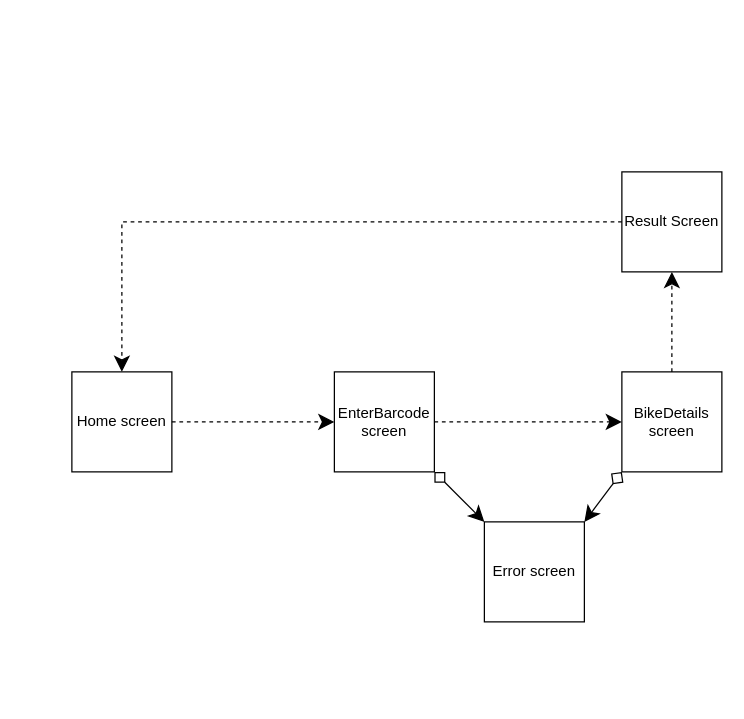
Nguyenducmanh186302/Nguyenducmanh186302 keeps this draw.io diagram as Untitled Diagram.drawio. Above is the earlier version. Source tidied: cells renumbered, new cells numbered last; positions are measured from the earlier drawing's top-left corner, leaving out a move shared by most shapes. Both pictures are drawn from the tidied source at 125%, with x=0, y=0 at pixel (71, 171).
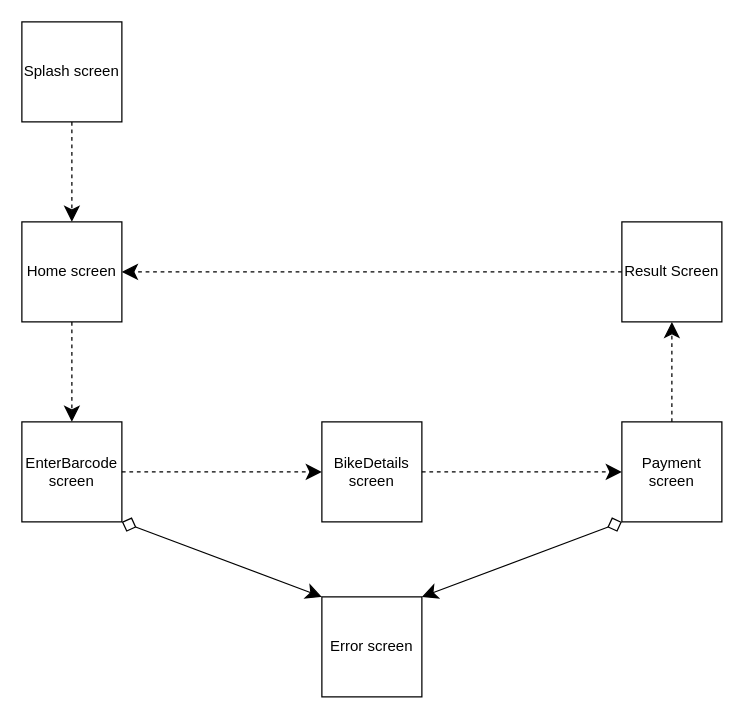
The same diagram, later.

Diff of the diagram source:
```diff
@@
 <mxGraphModel>
   <root>
     <mxCell id="0" />
     <mxCell id="1" parent="0" />
     <mxCell id="2" value="Home screen" style="whiteSpace=wrap;html=1;fillColor=default;strokeColor=default;fontColor=default;" parent="1" vertex="1">
-      <mxGeometry y="160" width="80" height="80" as="geometry" />
+      <mxGeometry x="-40" y="40" width="80" height="80" as="geometry" />
     </mxCell>
     <mxCell id="3" value="EnterBarcode screen" style="whiteSpace=wrap;html=1;fontColor=default;strokeColor=default;fillColor=default;" parent="1" vertex="1">
-      <mxGeometry x="210" y="160" width="80" height="80" as="geometry" />
+      <mxGeometry x="-40" y="200" width="80" height="80" as="geometry" />
     </mxCell>
     <mxCell id="4" value="BikeDetails screen" style="whiteSpace=wrap;html=1;fontColor=default;strokeColor=default;fillColor=default;" parent="1" vertex="1">
-      <mxGeometry x="440" y="160" width="80" height="80" as="geometry" />
+      <mxGeometry x="200" y="200" width="80" height="80" as="geometry" />
     </mxCell>
-    <mxCell id="5" style="endArrow=classic;dashed=1;html=1;rounded=0;fontColor=default;exitX=1;exitY=0.5;exitDx=0;exitDy=0;strokeColor=default;labelBackgroundColor=default;endFill=1;endSize=10;startSize=10;" parent="1" edge="1" source="2" target="3">
+    <mxCell id="5" style="endArrow=classic;dashed=1;html=1;rounded=0;fontColor=default;exitX=0.5;exitY=1;exitDx=0;exitDy=0;strokeColor=default;labelBackgroundColor=default;endFill=1;endSize=10;startSize=10;" parent="1" edge="1" source="2" target="3">
       <mxGeometry relative="1" as="geometry" />
     </mxCell>
     <mxCell id="6" value="Error screen" style="whiteSpace=wrap;html=1;fontColor=default;strokeColor=default;fillColor=default;" parent="1" vertex="1">
-      <mxGeometry x="330" y="280" width="80" height="80" as="geometry" />
+      <mxGeometry x="200" y="340" width="80" height="80" as="geometry" />
     </mxCell>
     <mxCell id="7" style="endArrow=classic;html=1;rounded=0;labelBackgroundColor=default;fontColor=default;strokeColor=default;exitX=1;exitY=1;exitDx=0;exitDy=0;entryX=0;entryY=0;entryDx=0;entryDy=0;endFill=1;startArrow=diamond;startFill=0;endSize=10;startSize=10;" parent="1" edge="1" source="3" target="6">
       <mxGeometry relative="1" as="geometry" />
     </mxCell>
-    <mxCell id="8" style="endArrow=classic;html=1;rounded=0;labelBackgroundColor=default;fontColor=default;strokeColor=default;exitX=0;exitY=1;exitDx=0;exitDy=0;entryX=1;entryY=0;entryDx=0;entryDy=0;endFill=1;startArrow=diamond;startFill=0;targetPerimeterSpacing=0;sourcePerimeterSpacing=0;endSize=10;startSize=10;" parent="1" edge="1" source="4" target="6">
+    <mxCell id="8" style="endArrow=classic;html=1;rounded=0;labelBackgroundColor=default;fontColor=default;strokeColor=default;entryX=1;entryY=0;entryDx=0;entryDy=0;endFill=1;startArrow=diamond;startFill=0;targetPerimeterSpacing=0;sourcePerimeterSpacing=0;endSize=10;startSize=10;exitX=0;exitY=1;exitDx=0;exitDy=0;" parent="1" edge="1" source="13" target="6">
       <mxGeometry relative="1" as="geometry" />
     </mxCell>
     <mxCell id="9" value="Result Screen" style="whiteSpace=wrap;html=1;fontColor=default;strokeColor=default;fillColor=default;" parent="1" vertex="1">
-      <mxGeometry x="440" width="80" height="80" as="geometry" />
+      <mxGeometry x="440" y="40" width="80" height="80" as="geometry" />
     </mxCell>
-    <mxCell id="10" style="endArrow=classic;dashed=1;html=1;rounded=0;fontColor=default;strokeColor=default;labelBackgroundColor=default;endFill=1;entryX=0.5;entryY=1;entryDx=0;entryDy=0;endSize=10;startSize=10;" parent="1" edge="1" source="4" target="9">
+    <mxCell id="10" style="endArrow=classic;dashed=1;html=1;rounded=0;fontColor=default;strokeColor=default;labelBackgroundColor=default;endFill=1;entryX=0.5;entryY=1;entryDx=0;entryDy=0;endSize=10;startSize=10;exitX=0.5;exitY=0;exitDx=0;exitDy=0;" parent="1" edge="1" source="13" target="9">
       <mxGeometry relative="1" as="geometry" />
     </mxCell>
-    <mxCell id="11" style="endArrow=classic;dashed=1;html=1;rounded=0;fontColor=default;strokeColor=default;labelBackgroundColor=default;endFill=1;endSize=10;startSize=10;" parent="1" edge="1" source="9" target="2">
-      <mxGeometry relative="1" as="geometry">
-        <Array as="points">
-          <mxPoint x="40" y="40" />
-        </Array>
-      </mxGeometry>
+    <mxCell id="11" style="endArrow=classic;dashed=1;html=1;rounded=0;fontColor=default;strokeColor=default;labelBackgroundColor=default;endFill=1;endSize=10;startSize=10;entryX=1;entryY=0.5;entryDx=0;entryDy=0;" parent="1" edge="1" source="9" target="2">
+      <mxGeometry relative="1" as="geometry" />
     </mxCell>
     <mxCell id="12" style="endArrow=classic;dashed=1;html=1;rounded=0;fontColor=default;exitX=1;exitY=0.5;exitDx=0;exitDy=0;strokeColor=default;labelBackgroundColor=default;endFill=1;endSize=10;startSize=10;entryX=0;entryY=0.5;entryDx=0;entryDy=0;" parent="1" edge="1" source="3" target="4">
       <mxGeometry relative="1" as="geometry" />
     </mxCell>
+    <mxCell id="13" value="Payment screen" style="whiteSpace=wrap;html=1;" parent="1" vertex="1">
+      <mxGeometry x="440" y="200" width="80" height="80" as="geometry" />
+    </mxCell>
+    <mxCell id="14" style="endArrow=classic;dashed=1;html=1;rounded=0;fontColor=default;exitX=1;exitY=0.5;exitDx=0;exitDy=0;strokeColor=default;labelBackgroundColor=default;endFill=1;endSize=10;startSize=10;" parent="1" edge="1" source="4" target="13">
+      <mxGeometry relative="1" as="geometry" />
+    </mxCell>
+    <mxCell id="15" value="Splash screen" style="whiteSpace=wrap;html=1;" parent="1" vertex="1">
+      <mxGeometry x="-40" y="-120" width="80" height="80" as="geometry" />
+    </mxCell>
+    <mxCell id="16" style="endArrow=classic;dashed=1;html=1;rounded=0;fontColor=default;exitX=0.5;exitY=1;exitDx=0;exitDy=0;strokeColor=default;labelBackgroundColor=default;endFill=1;endSize=10;startSize=10;" parent="1" edge="1" source="15">
+      <mxGeometry relative="1" as="geometry">
+        <mxPoint y="40" as="targetPoint" />
+      </mxGeometry>
+    </mxCell>
   </root>
 </mxGraphModel>
```
